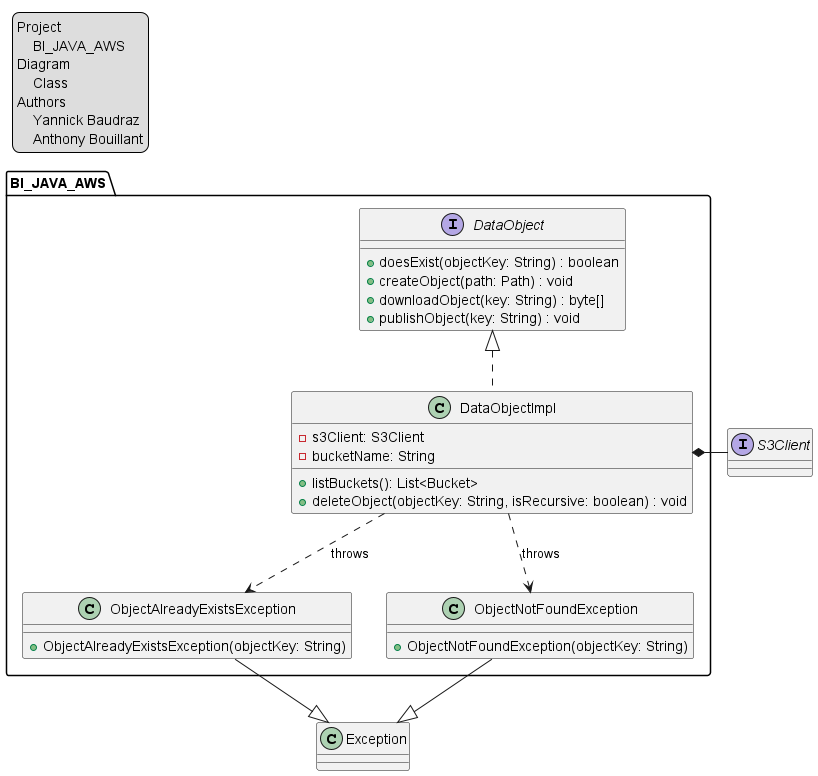
Above: doc/classes/class_diagram.png in CPNV-ES-BI/BI_JAVA_AWS (PlantUML), before the change.
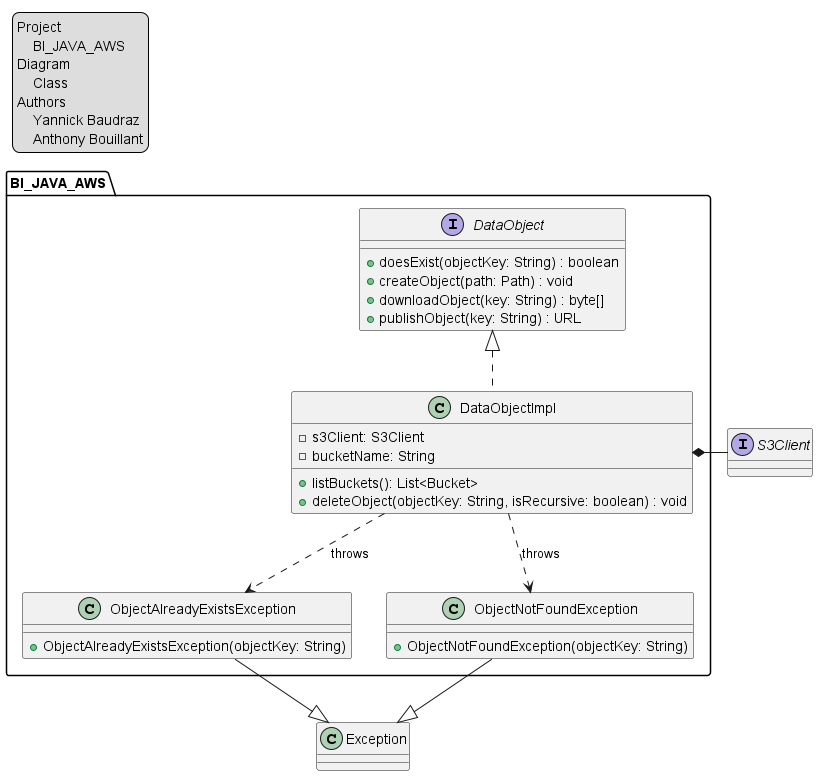
The same file after the commit.

Commit message:
Update class diagram

Change to the diagram source:
```diff
@@ -15,7 +15,7 @@
         + doesExist(objectKey: String) : boolean
         + createObject(path: Path) : void
         + downloadObject(key: String) : byte[]
-        + publishObject(key: String) : void
+        + publishObject(key: String) : URL
     }
 
     class DataObjectImpl {
```
